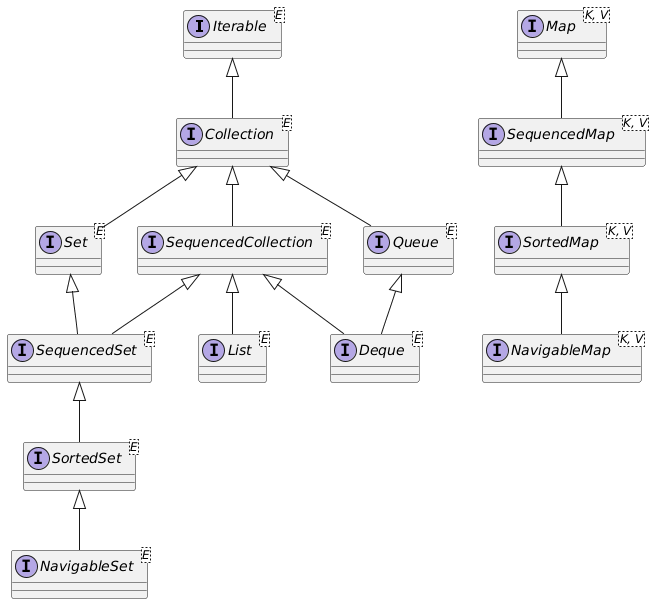
Earlier version of the PlantUML export subjects/poo/images/11-interfaces.png (fabriciosantana/idp-marp-slides).
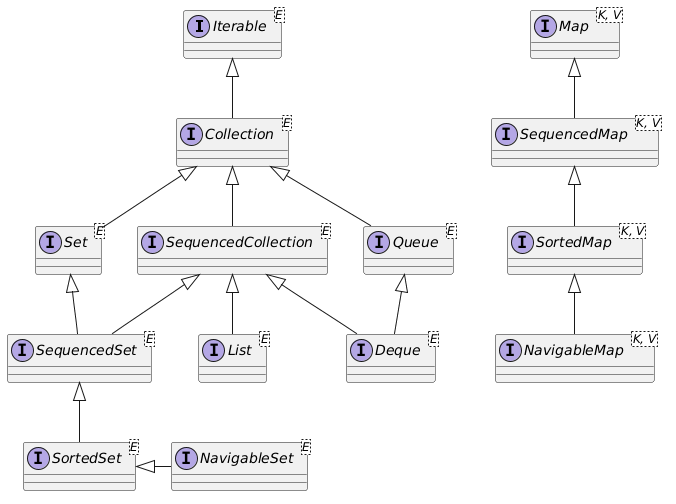
Above is the later version.

Commit message:
ajuste no diagrama

Change to the diagram source:
```diff
@@ -28,7 +28,7 @@
 Set <|-- SequencedSet
 SequencedCollection <|-- SequencedSet
 SequencedSet <|-- SortedSet
-SortedSet <|-- NavigableSet
+SortedSet <|-right- NavigableSet
 
 Collection <|-- Queue
 Queue <|-- Deque
```
